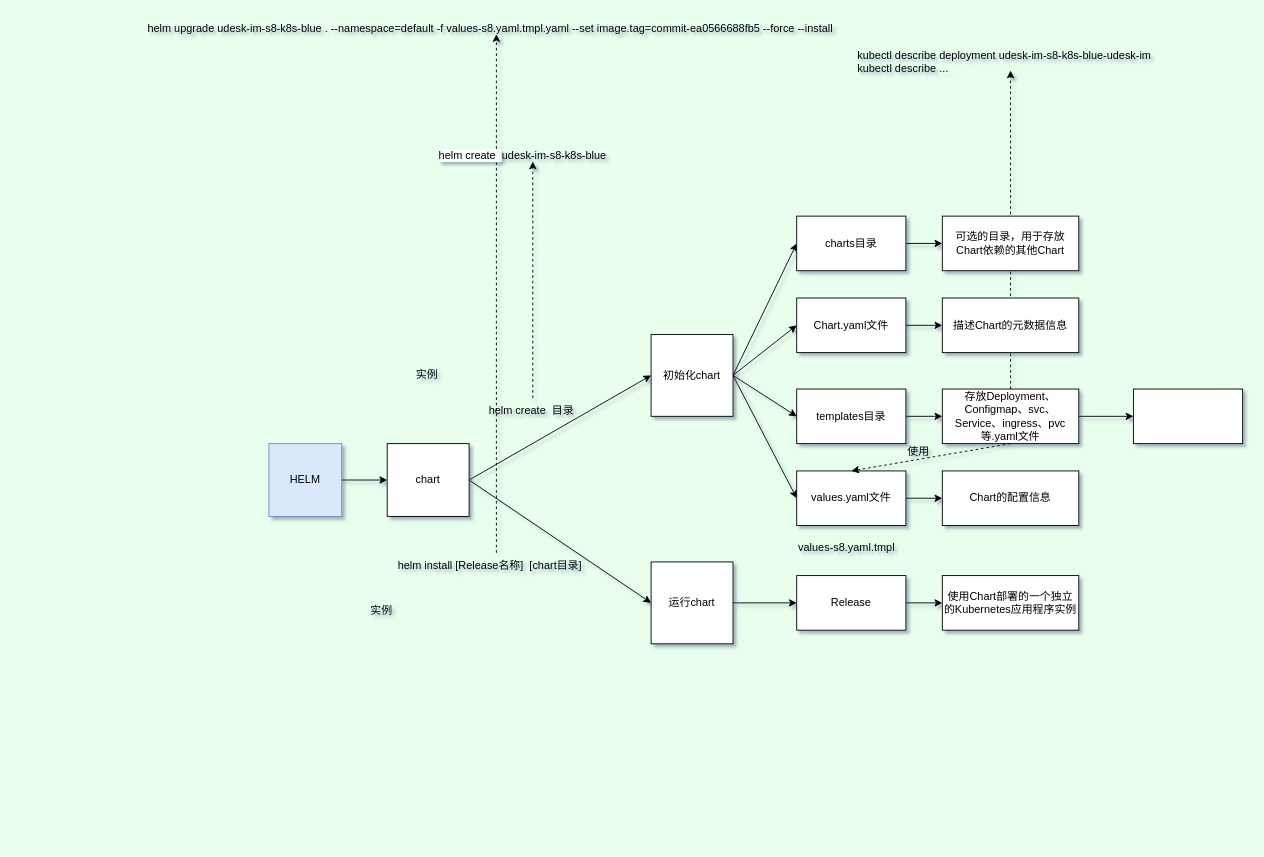
Before: s8-k8s.drawio in liuning0927/private_deploy, a draw.io diagram. Source tidied: cells renumbered, new cells numbered last; positions are measured from the earlier drawing's top-left corner, leaving out a move shared by most shapes. Both pictures are drawn from the tidied source at 91%, with x=0, y=0 at pixel (146, 15).
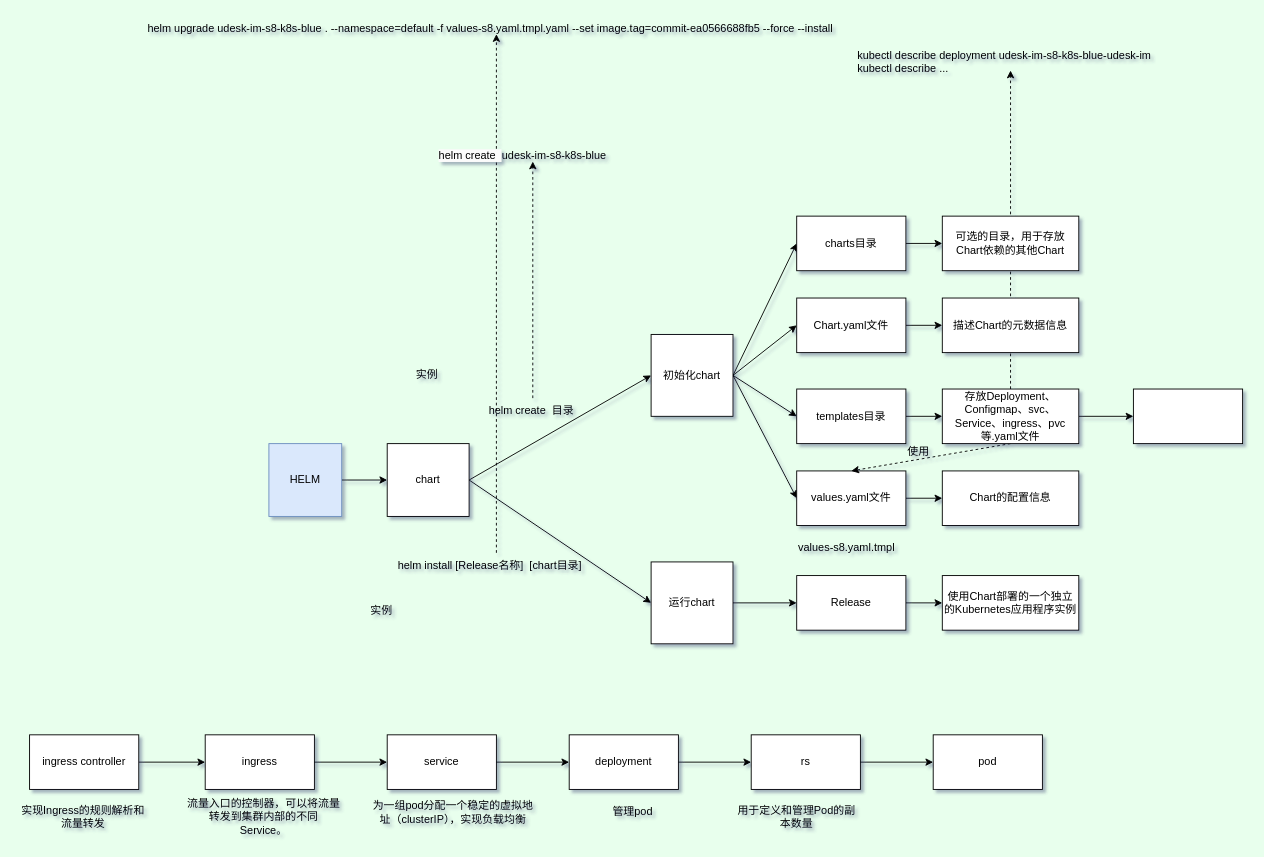
The same page after the edit.

What changed in the source:
```diff
@@
+    <mxCell id="44" style="edgeStyle=orthogonalEdgeStyle;rounded=0;jettySize=auto;html=1;" parent="1" edge="1" source="45">
+      <mxGeometry relative="1" as="geometry">
+        <mxPoint x="65" y="820" as="targetPoint" />
+      </mxGeometry>
+    </mxCell>
+    <mxCell id="45" value="ingress controller" style="rounded=0;whiteSpace=wrap;html=1;" parent="1" vertex="1">
+      <mxGeometry x="-128" y="790" width="120" height="60" as="geometry" />
+    </mxCell>
+    <mxCell id="46" style="edgeStyle=orthogonalEdgeStyle;rounded=0;jettySize=auto;html=1;" parent="1" edge="1" source="47" target="49">
+      <mxGeometry relative="1" as="geometry" />
+    </mxCell>
+    <mxCell id="47" value="ingress" style="rounded=0;whiteSpace=wrap;html=1;" parent="1" vertex="1">
+      <mxGeometry x="65" y="790" width="120" height="60" as="geometry" />
+    </mxCell>
+    <mxCell id="48" style="edgeStyle=orthogonalEdgeStyle;rounded=0;jettySize=auto;html=1;" parent="1" edge="1" source="49" target="51">
+      <mxGeometry relative="1" as="geometry" />
+    </mxCell>
+    <mxCell id="49" value="service" style="rounded=0;whiteSpace=wrap;html=1;" parent="1" vertex="1">
+      <mxGeometry x="265" y="790" width="120" height="60" as="geometry" />
+    </mxCell>
+    <mxCell id="50" style="edgeStyle=orthogonalEdgeStyle;rounded=0;jettySize=auto;html=1;" parent="1" edge="1" source="51" target="53">
+      <mxGeometry relative="1" as="geometry" />
+    </mxCell>
+    <mxCell id="51" value="deployment" style="rounded=0;whiteSpace=wrap;html=1;" parent="1" vertex="1">
+      <mxGeometry x="465" y="790" width="120" height="60" as="geometry" />
+    </mxCell>
+    <mxCell id="52" style="edgeStyle=orthogonalEdgeStyle;rounded=0;jettySize=auto;html=1;" parent="1" edge="1" source="53" target="54">
+      <mxGeometry relative="1" as="geometry" />
+    </mxCell>
+    <mxCell id="53" value="rs" style="rounded=0;whiteSpace=wrap;html=1;" parent="1" vertex="1">
+      <mxGeometry x="665" y="790" width="120" height="60" as="geometry" />
+    </mxCell>
+    <mxCell id="54" value="pod" style="rounded=0;whiteSpace=wrap;html=1;" parent="1" vertex="1">
+      <mxGeometry x="865" y="790" width="120" height="60" as="geometry" />
+    </mxCell>
+    <mxCell id="55" value="流量入口的控制器，可以将流量转发到集群内部的不同 Service。" style="text;html=1;strokeColor=none;fillColor=none;align=center;verticalAlign=middle;whiteSpace=wrap;rounded=0;" parent="1" vertex="1">
+      <mxGeometry x="42.5" y="860" width="172.5" height="40" as="geometry" />
+    </mxCell>
+    <mxCell id="56" value="实现Ingress的规则解析和流量转发" style="text;html=1;strokeColor=none;fillColor=none;align=center;verticalAlign=middle;whiteSpace=wrap;rounded=0;" parent="1" vertex="1">
+      <mxGeometry x="-143" y="860" width="148" height="40" as="geometry" />
+    </mxCell>
+    <mxCell id="57" value="为一组pod分配一个稳定的虚拟地址（clusterIP），实现负载均衡" style="text;html=1;strokeColor=none;fillColor=none;align=center;verticalAlign=middle;whiteSpace=wrap;rounded=0;" parent="1" vertex="1">
+      <mxGeometry x="245" y="855" width="185" height="40" as="geometry" />
+    </mxCell>
+    <mxCell id="58" value="管理pod" style="text;html=1;strokeColor=none;fillColor=none;align=center;verticalAlign=middle;whiteSpace=wrap;rounded=0;" parent="1" vertex="1">
+      <mxGeometry x="505" y="860" width="60" height="30" as="geometry" />
+    </mxCell>
+    <mxCell id="59" value="用于定义和管理Pod的副本数量" style="text;html=1;strokeColor=none;fillColor=none;align=center;verticalAlign=middle;whiteSpace=wrap;rounded=0;" parent="1" vertex="1">
+      <mxGeometry x="645" y="860" width="140" height="40" as="geometry" />
+    </mxCell>
```
